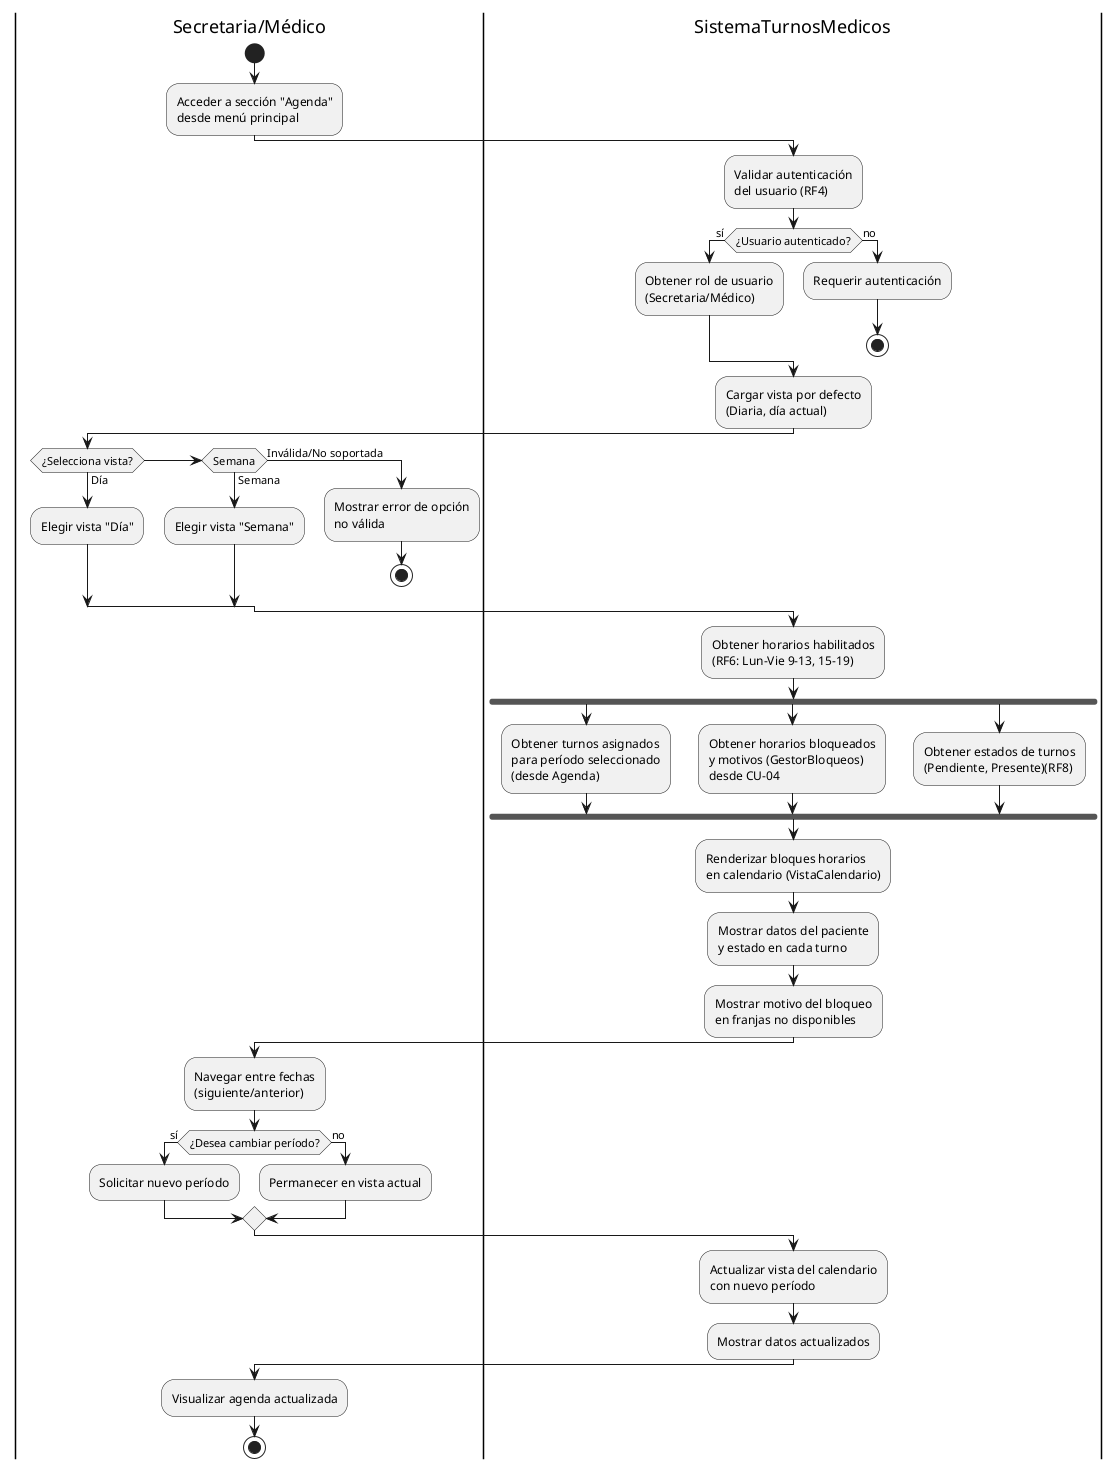
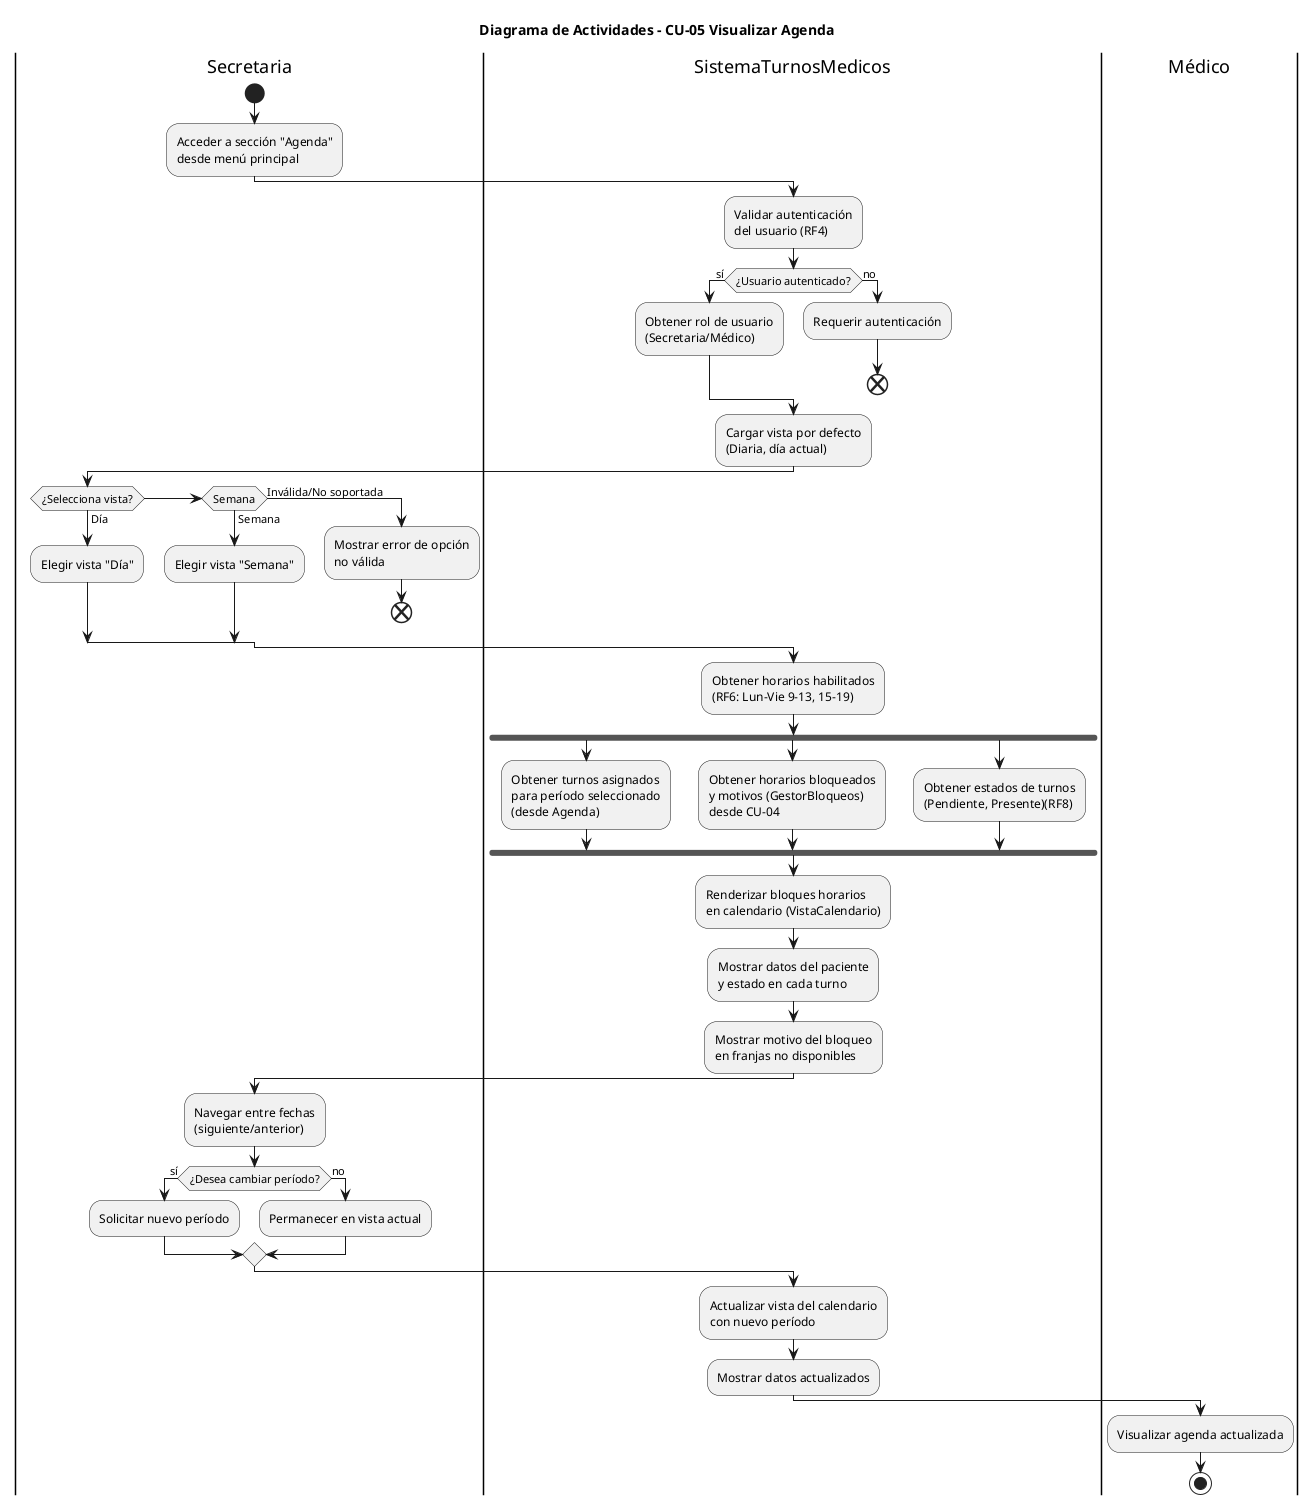
@startuml 04-actividad-visualizar-agenda-05

- |Secretaria/Médico|
+ title Diagrama de Actividades - CU-05 Visualizar Agenda
+ 
+ |Secretaria|
start
:Acceder a sección "Agenda"\ndesde menú principal;

|SistemaTurnosMedicos|
:Validar autenticación\ndel usuario (RF4);

if (¿Usuario autenticado?) then (sí)
    :Obtener rol de usuario\n(Secretaria/Médico);
else (no)
    :Requerir autenticación;
-     stop
+     end
endif

:Cargar vista por defecto\n(Diaria, día actual);

- |Secretaria/Médico|
+ |Secretaria|
if (¿Selecciona vista?) then (Día)
    :Elegir vista "Día";
elseif (Semana) then (Semana)
    :Elegir vista "Semana";
else (Inválida/No soportada)
    :Mostrar error de opción\nno válida;
-     stop
+     end
endif

|SistemaTurnosMedicos|
:Obtener horarios habilitados\n(RF6: Lun-Vie 9-13, 15-19);

fork
    :Obtener turnos asignados\npara período seleccionado\n(desde Agenda);
fork again
    :Obtener horarios bloqueados\ny motivos (GestorBloqueos)\ndesde CU-04;
fork again
    :Obtener estados de turnos\n(Pendiente, Presente)(RF8);
endfork

:Renderizar bloques horarios\nen calendario (VistaCalendario);
- 
:Mostrar datos del paciente\ny estado en cada turno;
- 
:Mostrar motivo del bloqueo\nen franjas no disponibles;

- |Secretaria/Médico|
+ |Secretaria|
:Navegar entre fechas\n(siguiente/anterior);

if (¿Desea cambiar período?) then (sí)
    :Solicitar nuevo período;
else (no)
    :Permanecer en vista actual;
endif

|SistemaTurnosMedicos|
:Actualizar vista del calendario\ncon nuevo período;
:Mostrar datos actualizados;

- |Secretaria/Médico|
+ |Médico|
:Visualizar agenda actualizada;

stop

@enduml
